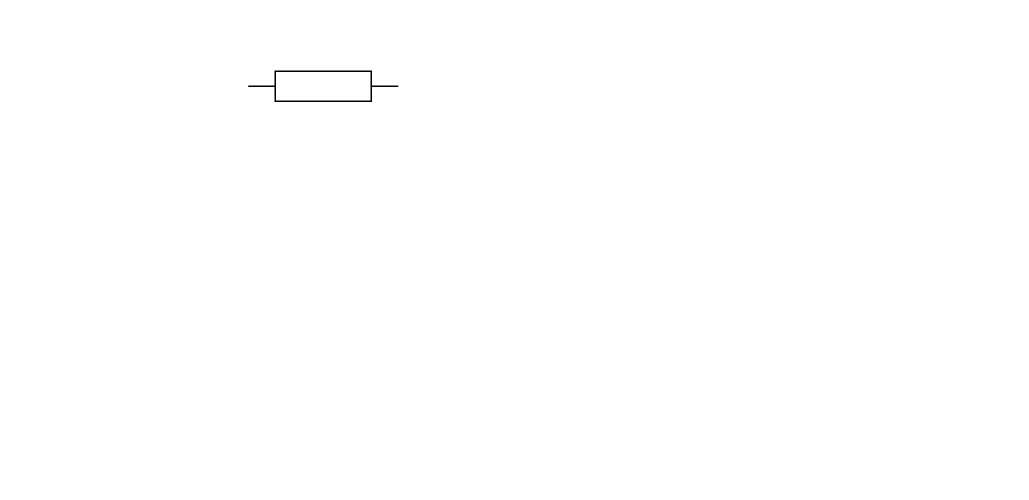
This is PowerFactorCompensation.drawio from yond4im/mdnotebook, a draw.io file, before an edit. Source tidied: cells renumbered, new cells numbered last; positions are measured from the earlier drawing's top-left corner, leaving out a move shared by most shapes. Both pictures are drawn from the tidied source at 150%, with x=0, y=0 at pixel (248, 70).
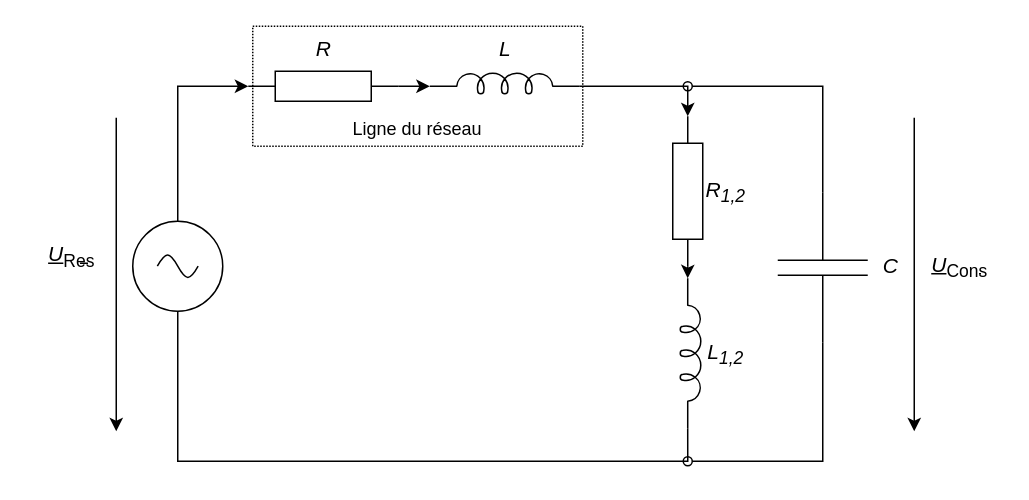
The same diagram, later.

Unchanged cells that the change refers to:
```xml
<mxCell id="2" style="verticalLabelPosition=bottom;shadow=0;dashed=0;align=center;html=1;verticalAlign=top;shape=mxgraph.electrical.resistors.resistor_1;" parent="1" vertex="1">
  <mxGeometry width="100" height="20" as="geometry" />
</mxCell>
```

Change to the diagram source:
```diff
@@
+    <mxCell id="3" style="verticalLabelPosition=bottom;shadow=0;dashed=0;align=center;html=1;verticalAlign=top;shape=mxgraph.electrical.inductors.inductor_5;" parent="1" vertex="1">
+      <mxGeometry x="121" y="1" width="100" height="14" as="geometry" />
+    </mxCell>
+    <mxCell id="4" style="verticalLabelPosition=bottom;shadow=0;dashed=0;align=center;html=1;verticalAlign=top;shape=mxgraph.electrical.resistors.resistor_1;rotation=90;" parent="1" vertex="1">
+      <mxGeometry x="243" y="70" width="100" height="20" as="geometry" />
+    </mxCell>
+    <mxCell id="5" style="verticalLabelPosition=bottom;shadow=0;dashed=0;align=center;html=1;verticalAlign=top;shape=mxgraph.electrical.inductors.inductor_5;rotation=90;flipV=0;flipH=0;" parent="1" vertex="1">
+      <mxGeometry x="245" y="181" width="100" height="14" as="geometry" />
+    </mxCell>
+    <mxCell id="6" style="edgeStyle=orthogonalEdgeStyle;rounded=0;jettySize=auto;html=1;exitX=1;exitY=0.645;exitDx=0;exitDy=0;exitPerimeter=0;entryX=0;entryY=0.5;entryDx=0;entryDy=0;entryPerimeter=0;" parent="1" edge="1" source="3" target="4">
+      <mxGeometry relative="1" as="geometry" />
+    </mxCell>
+    <mxCell id="7" style="edgeStyle=orthogonalEdgeStyle;rounded=0;jettySize=auto;html=1;exitX=1;exitY=0.5;exitDx=0;exitDy=0;exitPerimeter=0;entryX=0;entryY=0.645;entryDx=0;entryDy=0;entryPerimeter=0;" parent="1" edge="1" source="2" target="3">
+      <mxGeometry relative="1" as="geometry" />
+    </mxCell>
+    <mxCell id="8" style="edgeStyle=orthogonalEdgeStyle;rounded=0;jettySize=auto;html=1;exitX=1;exitY=0.5;exitDx=0;exitDy=0;exitPerimeter=0;entryX=0;entryY=0.645;entryDx=0;entryDy=0;entryPerimeter=0;" parent="1" edge="1" source="4" target="5">
+      <mxGeometry relative="1" as="geometry" />
+    </mxCell>
+    <mxCell id="9" style="edgeStyle=orthogonalEdgeStyle;rounded=0;jettySize=auto;html=1;exitX=1;exitY=0.645;exitDx=0;exitDy=0;exitPerimeter=0;entryX=0;entryY=0.5;entryDx=0;entryDy=0;entryPerimeter=0;" parent="1" edge="1" source="5" target="2">
+      <mxGeometry relative="1" as="geometry">
+        <Array as="points">
+          <mxPoint x="293" y="260" />
+          <mxPoint x="-47" y="260" />
+          <mxPoint x="-47" y="10" />
+        </Array>
+      </mxGeometry>
+    </mxCell>
+    <mxCell id="10" style="group;" parent="1" vertex="1">
+      <mxGeometry x="-77" y="100" width="60" height="60" as="geometry" />
+    </mxCell>
+    <mxCell id="11" style="ellipse;whiteSpace=wrap;html=1;" parent="10" vertex="1">
+      <mxGeometry width="60" height="60" as="geometry" />
+    </mxCell>
+    <mxCell id="12" style="verticalLabelPosition=bottom;shadow=0;dashed=0;align=center;html=1;verticalAlign=top;shape=mxgraph.electrical.waveforms.sine_wave;" parent="10" vertex="1">
+      <mxGeometry x="16.4" y="20" width="27.2" height="20" as="geometry" />
+    </mxCell>
+    <mxCell id="13" style="edgeStyle=orthogonalEdgeStyle;rounded=0;jettySize=auto;html=1;exitX=1;exitY=0.5;exitDx=0;exitDy=0;exitPerimeter=0;elbow=vertical;endArrow=oval;endFill=0;" parent="1" edge="1" source="15">
+      <mxGeometry relative="1" as="geometry">
+        <mxPoint x="293" y="10" as="targetPoint" />
+        <Array as="points">
+          <mxPoint x="383" y="10" />
+        </Array>
+      </mxGeometry>
+    </mxCell>
+    <mxCell id="14" style="edgeStyle=orthogonalEdgeStyle;rounded=0;jettySize=auto;html=1;exitX=0;exitY=0.5;exitDx=0;exitDy=0;exitPerimeter=0;endArrow=oval;endFill=0;" parent="1" edge="1" source="15">
+      <mxGeometry relative="1" as="geometry">
+        <mxPoint x="293" y="260" as="targetPoint" />
+        <Array as="points">
+          <mxPoint x="383" y="260" />
+        </Array>
+      </mxGeometry>
+    </mxCell>
+    <mxCell id="15" style="verticalLabelPosition=bottom;shadow=0;dashed=0;align=center;html=1;verticalAlign=top;shape=mxgraph.electrical.capacitors.capacitor_1;direction=south;flipV=1;" parent="1" vertex="1">
+      <mxGeometry x="353" y="81" width="60" height="100" as="geometry" />
+    </mxCell>
+    <mxCell id="16" style="endArrow=classic;html=1;rounded=0;" parent="1" edge="1">
+      <mxGeometry relative="1" as="geometry">
+        <mxPoint x="-88" y="31" as="sourcePoint" />
+        <mxPoint x="-88" y="240" as="targetPoint" />
+      </mxGeometry>
+    </mxCell>
+    <mxCell id="17" value="&lt;font style=&quot;font-size: 14px;&quot;&gt;&lt;u&gt;&lt;i&gt;U&lt;/i&gt;&lt;sub&gt;Res&lt;/sub&gt;&lt;/u&gt;&lt;/font&gt;" style="text;html=1;align=center;verticalAlign=middle;strokeColor=none;fillColor=none;" parent="1" vertex="1">
+      <mxGeometry x="-148" y="108" width="60" height="30" as="geometry" />
+    </mxCell>
+    <mxCell id="18" value="&lt;font style=&quot;font-size: 14px;&quot;&gt;&lt;i&gt;R&lt;/i&gt;&lt;/font&gt;" style="text;html=1;align=center;verticalAlign=middle;strokeColor=none;fillColor=none;" parent="1" vertex="1">
+      <mxGeometry x="35" y="-30" width="30" height="30" as="geometry" />
+    </mxCell>
+    <mxCell id="19" value="&lt;font size=&quot;1&quot;&gt;&lt;i style=&quot;font-size: 14px;&quot;&gt;L&lt;/i&gt;&lt;/font&gt;" style="text;html=1;align=center;verticalAlign=middle;strokeColor=none;fillColor=none;" parent="1" vertex="1">
+      <mxGeometry x="156" y="-30" width="30" height="30" as="geometry" />
+    </mxCell>
+    <mxCell id="20" value="&lt;font style=&quot;font-size: 14px;&quot;&gt;&lt;i&gt;R&lt;sub&gt;1,2&lt;/sub&gt;&lt;/i&gt;&lt;/font&gt;" style="text;html=1;align=center;verticalAlign=middle;strokeColor=none;fillColor=none;" parent="1" vertex="1">
+      <mxGeometry x="293" y="65" width="50" height="30" as="geometry" />
+    </mxCell>
+    <mxCell id="21" value="&lt;font style=&quot;font-size: 14px;&quot;&gt;&lt;i&gt;L&lt;sub&gt;1,2&lt;/sub&gt;&lt;/i&gt;&lt;/font&gt;" style="text;html=1;align=center;verticalAlign=middle;strokeColor=none;fillColor=none;" parent="1" vertex="1">
+      <mxGeometry x="293" y="173" width="50" height="30" as="geometry" />
+    </mxCell>
+    <mxCell id="22" value="&lt;font size=&quot;1&quot;&gt;&lt;i style=&quot;font-size: 14px;&quot;&gt;C&lt;/i&gt;&lt;/font&gt;" style="text;html=1;align=center;verticalAlign=middle;strokeColor=none;fillColor=none;" parent="1" vertex="1">
+      <mxGeometry x="413" y="115" width="30" height="30" as="geometry" />
+    </mxCell>
+    <mxCell id="23" value="&lt;font style=&quot;font-size: 14px;&quot;&gt;&lt;u&gt;&lt;i&gt;U&lt;/i&gt;&lt;sub&gt;Cons&lt;/sub&gt;&lt;/u&gt;&lt;/font&gt;" style="text;html=1;align=center;verticalAlign=middle;strokeColor=none;fillColor=none;" parent="1" vertex="1">
+      <mxGeometry x="444" y="115" width="60" height="30" as="geometry" />
+    </mxCell>
+    <mxCell id="24" value="&lt;div&gt;&lt;br&gt;&lt;/div&gt;&lt;div&gt;&lt;br&gt;&lt;/div&gt;&lt;div&gt;&lt;br&gt;&lt;/div&gt;&lt;div&gt;&lt;br&gt;&lt;/div&gt;&lt;div&gt;Ligne du réseau&lt;/div&gt;" style="rounded=0;whiteSpace=wrap;html=1;dashed=1;fillColor=none;dashPattern=1 1;" parent="1" vertex="1">
+      <mxGeometry x="3" y="-30" width="220" height="80" as="geometry" />
+    </mxCell>
+    <mxCell id="25" style="endArrow=classic;html=1;rounded=0;" parent="1" edge="1">
+      <mxGeometry relative="1" as="geometry">
+        <mxPoint x="444" y="31" as="sourcePoint" />
+        <mxPoint x="444" y="240" as="targetPoint" />
+      </mxGeometry>
+    </mxCell>
```
